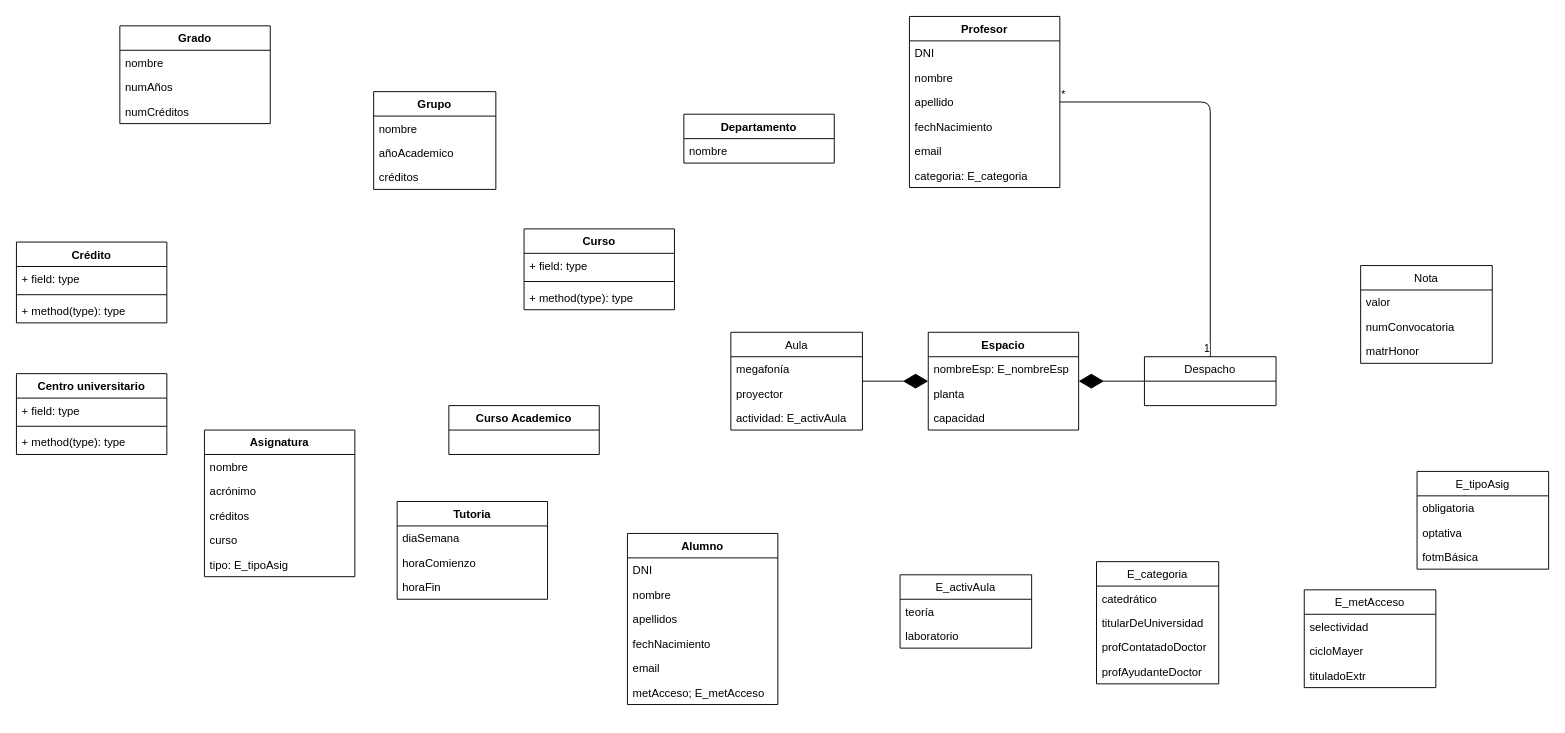
albertobemo7/Draw.io keeps this draw.io diagram as Untitled Diagram.drawio. Above is the earlier version. Source tidied: cells renumbered, new cells numbered last; positions are measured from the earlier drawing's top-left corner, leaving out a move shared by most shapes. Both pictures are drawn from the tidied source at 94%, with x=0, y=0 at pixel (16, 16).
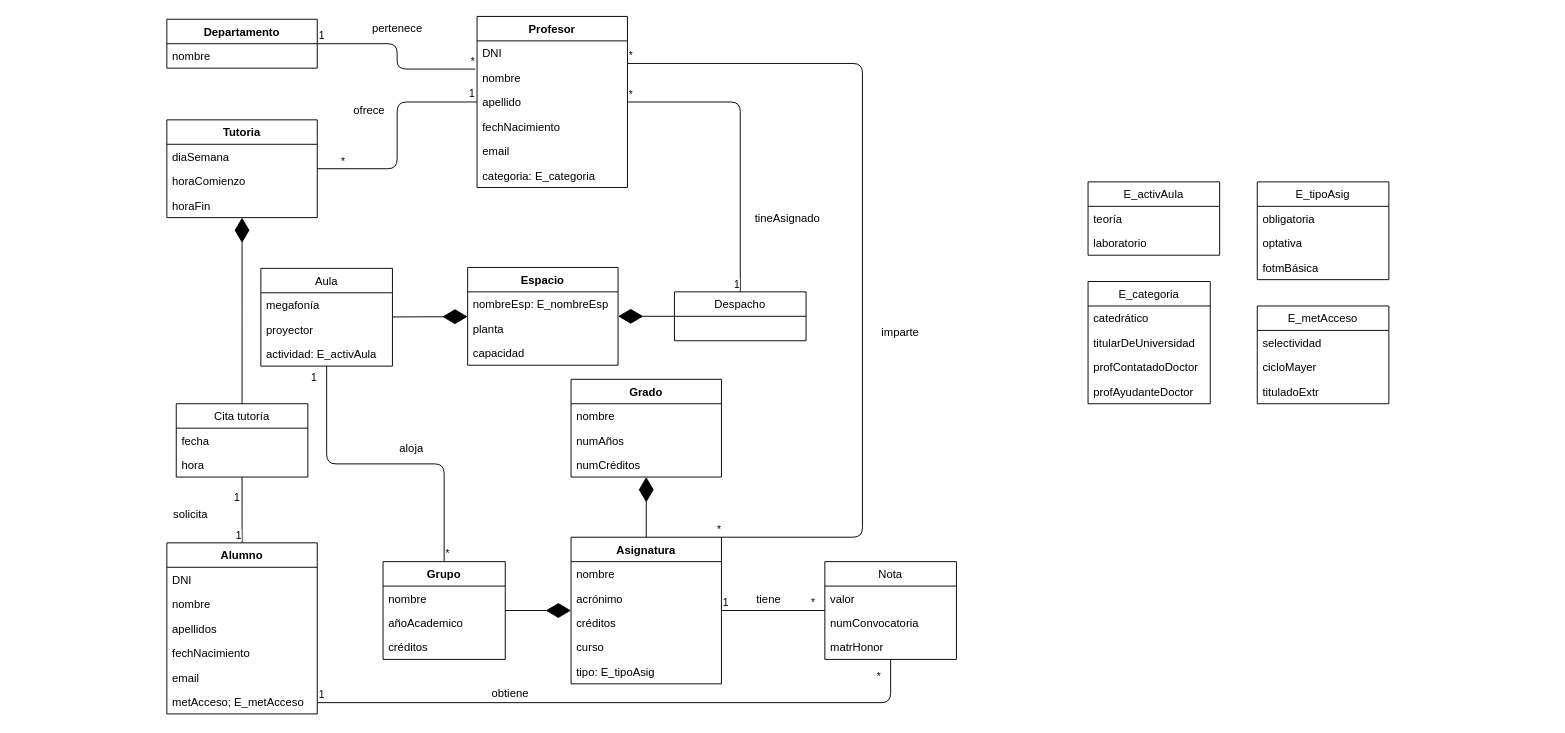
The same page after the edit.

Commit message:
E1-ISSI-1-albbenmor

Unchanged cells that the change refers to:
```xml
<mxCell id="40" value="nombre" style="text;strokeColor=none;fillColor=none;align=left;verticalAlign=top;spacingLeft=4;spacingRight=4;overflow=hidden;points=[[0,0.5],[1,0.5]];portConstraint=eastwest;" parent="38" vertex="1">
  <mxGeometry y="52" width="160" height="26" as="geometry" />
</mxCell>
```

What changed in the source:
```diff
@@
     <mxCell id="2" value="Alumno" style="swimlane;fontStyle=1;align=center;verticalAlign=top;horizontal=1;startSize=26;" parent="1" vertex="1">
-      <mxGeometry x="650" y="550" width="160" height="182" as="geometry" />
+      <mxGeometry x="160" y="560" width="160" height="182" as="geometry" />
     </mxCell>
@@
-    <mxCell id="9" value="Curso Academico" style="swimlane;fontStyle=1;align=center;verticalAlign=top;horizontal=1;startSize=26;" parent="1" vertex="1">
-      <mxGeometry x="460" y="414" width="160" height="52" as="geometry" />
-    </mxCell>
     <mxCell id="10" value="Asignatura" style="swimlane;fontStyle=1;align=center;verticalAlign=top;horizontal=1;startSize=26;" parent="1" vertex="1">
-      <mxGeometry x="200" y="440" width="160" height="156" as="geometry" />
+      <mxGeometry x="590" y="554" width="160" height="156" as="geometry" />
     </mxCell>
@@
     <mxCell id="16" value="Grado" style="swimlane;fontStyle=1;align=center;verticalAlign=top;horizontal=1;startSize=26;" parent="1" vertex="1">
-      <mxGeometry x="110" y="10" width="160" height="104" as="geometry" />
+      <mxGeometry x="590" y="386" width="160" height="104" as="geometry" />
     </mxCell>
@@
-    <mxCell id="20" value="Crédito" style="swimlane;fontStyle=1;align=center;verticalAlign=top;horizontal=1;startSize=26;" parent="1" vertex="1">
-      <mxGeometry y="240" width="160" height="86" as="geometry" />
-    </mxCell>
-    <mxCell id="21" value="+ field: type" style="text;strokeColor=none;fillColor=none;align=left;verticalAlign=top;spacingLeft=4;spacingRight=4;overflow=hidden;" parent="20" vertex="1">
-      <mxGeometry y="26" width="160" height="26" as="geometry" />
-    </mxCell>
-    <mxCell id="22" style="line;strokeWidth=1;fillColor=none;align=left;verticalAlign=middle;spacingTop=-1;spacingLeft=3;spacingRight=3;labelPosition=right;" parent="20" vertex="1">
-      <mxGeometry y="52" width="160" height="8" as="geometry" />
-    </mxCell>
-    <mxCell id="23" value="+ method(type): type" style="text;strokeColor=none;fillColor=none;align=left;verticalAlign=top;spacingLeft=4;spacingRight=4;overflow=hidden;" parent="20" vertex="1">
-      <mxGeometry y="60" width="160" height="26" as="geometry" />
-    </mxCell>
-    <mxCell id="24" value="Centro universitario" style="swimlane;fontStyle=1;align=center;verticalAlign=top;horizontal=1;startSize=26;" parent="1" vertex="1">
-      <mxGeometry y="380" width="160" height="86" as="geometry" />
-    </mxCell>
-    <mxCell id="25" value="+ field: type" style="text;strokeColor=none;fillColor=none;align=left;verticalAlign=top;spacingLeft=4;spacingRight=4;overflow=hidden;" parent="24" vertex="1">
-      <mxGeometry y="26" width="160" height="26" as="geometry" />
-    </mxCell>
-    <mxCell id="26" style="line;strokeWidth=1;fillColor=none;align=left;verticalAlign=middle;spacingTop=-1;spacingLeft=3;spacingRight=3;labelPosition=right;" parent="24" vertex="1">
-      <mxGeometry y="52" width="160" height="8" as="geometry" />
-    </mxCell>
-    <mxCell id="27" value="+ method(type): type" style="text;strokeColor=none;fillColor=none;align=left;verticalAlign=top;spacingLeft=4;spacingRight=4;overflow=hidden;" parent="24" vertex="1">
-      <mxGeometry y="60" width="160" height="26" as="geometry" />
-    </mxCell>
     <mxCell id="28" value="Espacio" style="swimlane;fontStyle=1;align=center;verticalAlign=top;horizontal=1;startSize=26;" parent="1" vertex="1">
-      <mxGeometry x="970" y="336" width="160" height="104" as="geometry" />
+      <mxGeometry x="480" y="267" width="160" height="104" as="geometry" />
     </mxCell>
@@
     <mxCell id="32" value="Departamento" style="swimlane;fontStyle=1;align=center;verticalAlign=top;horizontal=1;startSize=26;" parent="1" vertex="1">
-      <mxGeometry x="710" y="104" width="160" height="52" as="geometry" />
+      <mxGeometry x="160" y="3" width="160" height="52" as="geometry" />
     </mxCell>
@@
     <mxCell id="34" value="Grupo" style="swimlane;fontStyle=1;align=center;verticalAlign=top;horizontal=1;startSize=26;" parent="1" vertex="1">
-      <mxGeometry x="380" y="80" width="130" height="104" as="geometry" />
+      <mxGeometry x="390" y="580" width="130" height="104" as="geometry" />
     </mxCell>
@@
     <mxCell id="38" value="Profesor" style="swimlane;fontStyle=1;align=center;verticalAlign=top;horizontal=1;startSize=26;" parent="1" vertex="1">
-      <mxGeometry x="950" width="160" height="182" as="geometry" />
+      <mxGeometry x="490" width="160" height="182" as="geometry" />
     </mxCell>
@@
     <mxCell id="45" value="Tutoria" style="swimlane;fontStyle=1;align=center;verticalAlign=top;horizontal=1;startSize=26;" parent="1" vertex="1">
-      <mxGeometry x="405" y="516" width="160" height="104" as="geometry" />
+      <mxGeometry x="160" y="110" width="160" height="104" as="geometry" />
     </mxCell>
@@
-    <mxCell id="49" value="Curso" style="swimlane;fontStyle=1;align=center;verticalAlign=top;horizontal=1;startSize=26;" parent="1" vertex="1">
-      <mxGeometry x="540" y="226" width="160" height="86" as="geometry" />
-    </mxCell>
-    <mxCell id="50" value="+ field: type" style="text;strokeColor=none;fillColor=none;align=left;verticalAlign=top;spacingLeft=4;spacingRight=4;overflow=hidden;" parent="49" vertex="1">
-      <mxGeometry y="26" width="160" height="26" as="geometry" />
-    </mxCell>
-    <mxCell id="51" style="line;strokeWidth=1;fillColor=none;align=left;verticalAlign=middle;spacingTop=-1;spacingLeft=3;spacingRight=3;labelPosition=right;" parent="49" vertex="1">
-      <mxGeometry y="52" width="160" height="8" as="geometry" />
-    </mxCell>
-    <mxCell id="52" value="+ method(type): type" style="text;strokeColor=none;fillColor=none;align=left;verticalAlign=top;spacingLeft=4;spacingRight=4;overflow=hidden;" parent="49" vertex="1">
-      <mxGeometry y="60" width="160" height="26" as="geometry" />
-    </mxCell>
     <mxCell id="53" value="E_categoria" style="swimlane;fontStyle=0;horizontal=1;startSize=26;fillColor=none;" parent="1" vertex="1">
-      <mxGeometry x="1149" y="580" width="130" height="130" as="geometry" />
+      <mxGeometry x="1140" y="282" width="130" height="130" as="geometry" />
     </mxCell>
@@
     <mxCell id="58" value="Aula" style="swimlane;fontStyle=0;horizontal=1;startSize=26;fillColor=none;" parent="1" vertex="1">
-      <mxGeometry x="760" y="336" width="140" height="104" as="geometry" />
+      <mxGeometry x="260" y="268" width="140" height="104" as="geometry" />
     </mxCell>
@@
     <mxCell id="62" value="Despacho" style="swimlane;fontStyle=0;horizontal=1;startSize=26;fillColor=none;" parent="1" vertex="1">
-      <mxGeometry x="1200" y="362" width="140" height="52" as="geometry" />
+      <mxGeometry x="700" y="293" width="140" height="52" as="geometry" />
     </mxCell>
@@
     <mxCell id="68" value="E_activAula" style="swimlane;fontStyle=0;horizontal=1;startSize=26;fillColor=none;" parent="1" vertex="1">
-      <mxGeometry x="940" y="594" width="140" height="78" as="geometry" />
+      <mxGeometry x="1140" y="176" width="140" height="78" as="geometry" />
     </mxCell>
@@
     <mxCell id="71" value="E_tipoAsig" style="swimlane;fontStyle=0;horizontal=1;startSize=26;fillColor=none;" parent="1" vertex="1">
-      <mxGeometry x="1490" y="484" width="140" height="104" as="geometry" />
+      <mxGeometry x="1320" y="176" width="140" height="104" as="geometry" />
     </mxCell>
@@
     <mxCell id="75" value="E_metAcceso" style="swimlane;fontStyle=0;horizontal=1;startSize=26;fillColor=none;" parent="1" vertex="1">
-      <mxGeometry x="1370" y="610" width="140" height="104" as="geometry" />
+      <mxGeometry x="1320" y="308" width="140" height="104" as="geometry" />
     </mxCell>
@@
     <mxCell id="79" value="Nota" style="swimlane;fontStyle=0;horizontal=1;startSize=26;fillColor=none;" parent="1" vertex="1">
-      <mxGeometry x="1430" y="265" width="140" height="104" as="geometry" />
+      <mxGeometry x="860" y="580" width="140" height="104" as="geometry" />
     </mxCell>
@@
+    <mxCell id="83" style="endArrow=none;html=1;edgeStyle=orthogonalEdgeStyle;" parent="1" edge="1" source="38" target="45">
+      <mxGeometry relative="1" as="geometry" />
+    </mxCell>
+    <mxCell id="84" value="1" style="edgeLabel;html=1;align=left;verticalAlign=bottom;" parent="83" vertex="1">
+      <mxGeometry x="-1" relative="1" as="geometry">
+        <mxPoint x="-10" y="-1" as="offset" />
+      </mxGeometry>
+    </mxCell>
+    <mxCell id="85" value="*" style="edgeLabel;html=1;align=right;verticalAlign=bottom;" parent="83" vertex="1">
+      <mxGeometry x="1" relative="1" as="geometry">
+        <mxPoint x="30" as="offset" />
+      </mxGeometry>
+    </mxCell>
+    <mxCell id="86" value="Cita tutoría" style="swimlane;fontStyle=0;horizontal=1;startSize=26;fillColor=none;" parent="1" vertex="1">
+      <mxGeometry x="170" y="412" width="140" height="78" as="geometry" />
+    </mxCell>
+    <mxCell id="87" value="fecha" style="text;strokeColor=none;fillColor=none;align=left;verticalAlign=top;spacingLeft=4;spacingRight=4;overflow=hidden;" parent="86" vertex="1">
+      <mxGeometry y="26" width="140" height="26" as="geometry" />
+    </mxCell>
+    <mxCell id="88" value="hora" style="text;strokeColor=none;fillColor=none;align=left;verticalAlign=top;spacingLeft=4;spacingRight=4;overflow=hidden;" parent="86" vertex="1">
+      <mxGeometry y="52" width="140" height="26" as="geometry" />
+    </mxCell>
+    <mxCell id="89" style="endArrow=diamondThin;endFill=1;endSize=24;html=1;" parent="1" edge="1" source="86" target="45">
+      <mxGeometry relative="1" as="geometry">
+        <Array as="points">
+          <mxPoint x="240" y="319" />
+        </Array>
+      </mxGeometry>
+    </mxCell>
+    <mxCell id="90" style="endArrow=none;html=1;edgeStyle=orthogonalEdgeStyle;" parent="1" edge="1" source="86" target="2">
+      <mxGeometry relative="1" as="geometry">
+        <Array as="points">
+          <mxPoint x="240" y="530" />
+          <mxPoint x="240" y="530" />
+        </Array>
+      </mxGeometry>
+    </mxCell>
+    <mxCell id="91" value="1" style="edgeLabel;html=1;align=left;verticalAlign=bottom;" parent="90" vertex="1">
+      <mxGeometry x="-1" relative="1" as="geometry">
+        <mxPoint x="-10" y="30" as="offset" />
+      </mxGeometry>
+    </mxCell>
+    <mxCell id="92" value="1" style="edgeLabel;html=1;align=right;verticalAlign=bottom;" parent="90" vertex="1">
+      <mxGeometry x="1" relative="1" as="geometry" />
+    </mxCell>
+    <mxCell id="93" value="solicita" style="text;html=1;align=center;verticalAlign=middle;" parent="1" vertex="1">
+      <mxGeometry x="160" y="520" width="50" height="20" as="geometry" />
+    </mxCell>
+    <mxCell id="94" style="endArrow=none;html=1;edgeStyle=orthogonalEdgeStyle;" parent="1" edge="1" source="34" target="58">
+      <mxGeometry relative="1" as="geometry" />
+    </mxCell>
+    <mxCell id="95" value="*" style="edgeLabel;html=1;align=left;verticalAlign=bottom;" parent="94" vertex="1">
+      <mxGeometry x="-1" relative="1" as="geometry" />
+    </mxCell>
+    <mxCell id="96" value="1" style="edgeLabel;html=1;align=right;verticalAlign=bottom;" parent="94" vertex="1">
+      <mxGeometry x="1" relative="1" as="geometry">
+        <mxPoint x="-10" y="20" as="offset" />
+      </mxGeometry>
+    </mxCell>
+    <mxCell id="97" value="aloja" style="text;html=1;align=center;verticalAlign=middle;" parent="1" vertex="1">
+      <mxGeometry x="400" y="450" width="40" height="20" as="geometry" />
+    </mxCell>
+    <mxCell id="98" style="endArrow=diamondThin;endFill=1;endSize=24;html=1;" parent="1" edge="1" source="34" target="10">
+      <mxGeometry relative="1" as="geometry" />
+    </mxCell>
+    <mxCell id="99" value="ofrece" style="text;html=1;align=center;verticalAlign=middle;" parent="1" vertex="1">
+      <mxGeometry x="350" y="90" width="50" height="20" as="geometry" />
+    </mxCell>
+    <mxCell id="100" value="tineAsignado" style="text;html=1;align=center;verticalAlign=middle;" parent="1" vertex="1">
+      <mxGeometry x="780" y="205" width="80" height="20" as="geometry" />
+    </mxCell>
+    <mxCell id="101" style="endArrow=none;html=1;edgeStyle=orthogonalEdgeStyle;" parent="1" edge="1" source="38" target="10">
+      <mxGeometry relative="1" as="geometry">
+        <Array as="points">
+          <mxPoint x="900" y="50" />
+          <mxPoint x="900" y="554" />
+        </Array>
+      </mxGeometry>
+    </mxCell>
+    <mxCell id="102" value="*" style="edgeLabel;html=1;align=left;verticalAlign=bottom;" parent="101" vertex="1">
+      <mxGeometry x="-1" relative="1" as="geometry" />
+    </mxCell>
+    <mxCell id="103" value="*" style="edgeLabel;html=1;align=right;verticalAlign=bottom;" parent="101" vertex="1">
+      <mxGeometry x="1" relative="1" as="geometry" />
+    </mxCell>
+    <mxCell id="104" style="endArrow=none;html=1;edgeStyle=orthogonalEdgeStyle;" parent="1" edge="1" source="10" target="79">
+      <mxGeometry relative="1" as="geometry" />
+    </mxCell>
+    <mxCell id="105" value="1" style="edgeLabel;html=1;align=left;verticalAlign=bottom;" parent="104" vertex="1">
+      <mxGeometry x="-1" relative="1" as="geometry" />
+    </mxCell>
+    <mxCell id="106" value="*" style="edgeLabel;html=1;align=right;verticalAlign=bottom;" parent="104" vertex="1">
+      <mxGeometry x="1" relative="1" as="geometry">
+        <mxPoint x="-10" as="offset" />
+      </mxGeometry>
+    </mxCell>
+    <mxCell id="107" value="imparte" style="text;html=1;align=center;verticalAlign=middle;" parent="1" vertex="1">
+      <mxGeometry x="910" y="326" width="60" height="20" as="geometry" />
+    </mxCell>
+    <mxCell id="108" style="endArrow=none;html=1;edgeStyle=orthogonalEdgeStyle;entryX=-0.012;entryY=0.154;entryDx=0;entryDy=0;entryPerimeter=0;" parent="1" edge="1" source="32" target="40">
+      <mxGeometry relative="1" as="geometry" />
+    </mxCell>
+    <mxCell id="109" value="1" style="edgeLabel;html=1;align=left;verticalAlign=bottom;" parent="108" vertex="1">
+      <mxGeometry x="-1" relative="1" as="geometry" />
+    </mxCell>
+    <mxCell id="110" value="*" style="edgeLabel;html=1;align=right;verticalAlign=bottom;" parent="108" vertex="1">
+      <mxGeometry x="1" relative="1" as="geometry" />
+    </mxCell>
+    <mxCell id="111" value="pertenece" style="text;html=1;align=center;verticalAlign=middle;" parent="1" vertex="1">
+      <mxGeometry x="370" y="3" width="70" height="20" as="geometry" />
+    </mxCell>
+    <mxCell id="112" style="endArrow=diamondThin;endFill=1;endSize=24;html=1;" parent="1" edge="1" source="10" target="16">
+      <mxGeometry relative="1" as="geometry" />
+    </mxCell>
+    <mxCell id="113" value="obtiene" style="text;html=1;align=center;verticalAlign=middle;" parent="1" vertex="1">
+      <mxGeometry x="500" y="710" width="50" height="20" as="geometry" />
+    </mxCell>
+    <mxCell id="114" style="endArrow=none;html=1;edgeStyle=orthogonalEdgeStyle;" parent="1" edge="1" source="2" target="79">
+      <mxGeometry relative="1" as="geometry">
+        <Array as="points">
+          <mxPoint x="930" y="730" />
+        </Array>
+      </mxGeometry>
+    </mxCell>
+    <mxCell id="115" value="1" style="edgeLabel;html=1;align=left;verticalAlign=bottom;" parent="114" vertex="1">
+      <mxGeometry x="-1" relative="1" as="geometry" />
+    </mxCell>
+    <mxCell id="116" value="*" style="edgeLabel;html=1;align=right;verticalAlign=bottom;" parent="114" vertex="1">
+      <mxGeometry x="1" relative="1" as="geometry">
+        <mxPoint x="-10" y="26" as="offset" />
+      </mxGeometry>
+    </mxCell>
+    <mxCell id="117" value="tiene" style="text;html=1;align=center;verticalAlign=middle;" parent="1" vertex="1">
+      <mxGeometry x="780" y="610" width="40" height="20" as="geometry" />
+    </mxCell>
```
